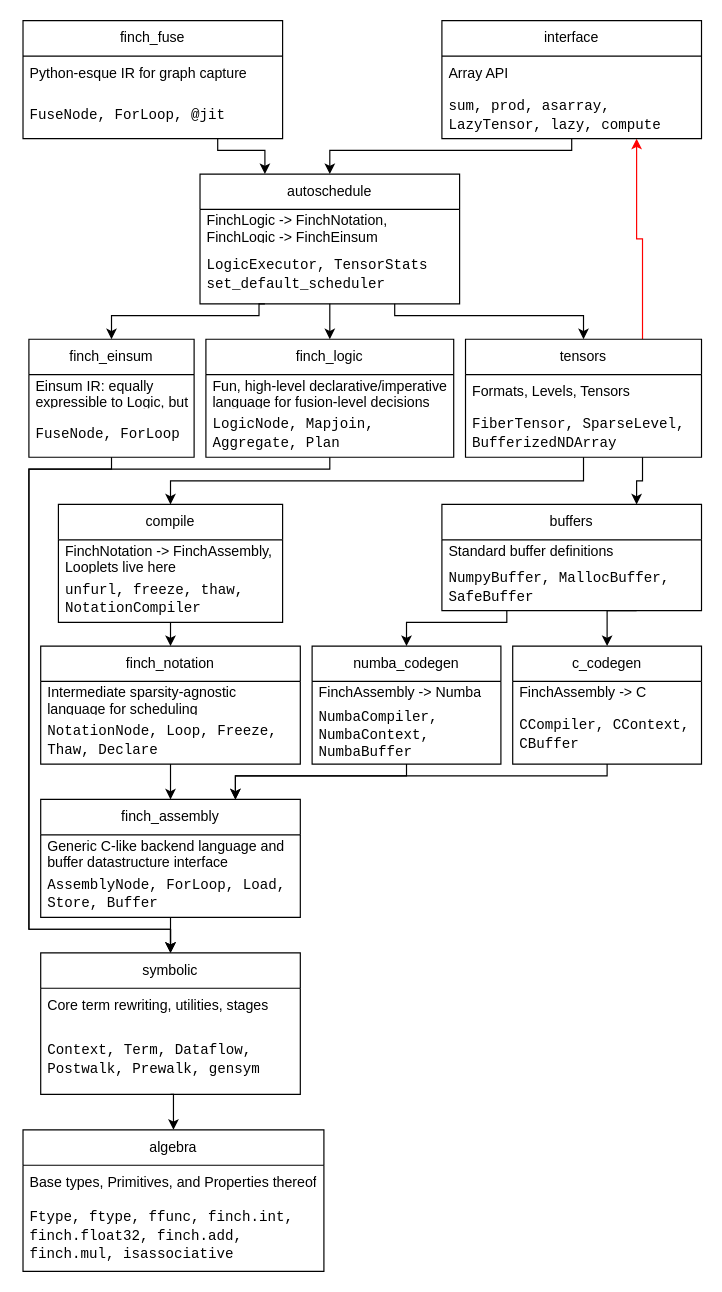
finch-tensor/finch-tensor keeps this draw.io diagram as page "Page-1" (1 of 2) of finch-dependencies.drawio. Above is the earlier version. Source tidied: cells renumbered, new cells numbered last; positions are measured from the earlier drawing's top-left corner, leaving out a move shared by most shapes. Both pictures are drawn from the tidied source at 118%, with x=0, y=0 at pixel (22, 20).
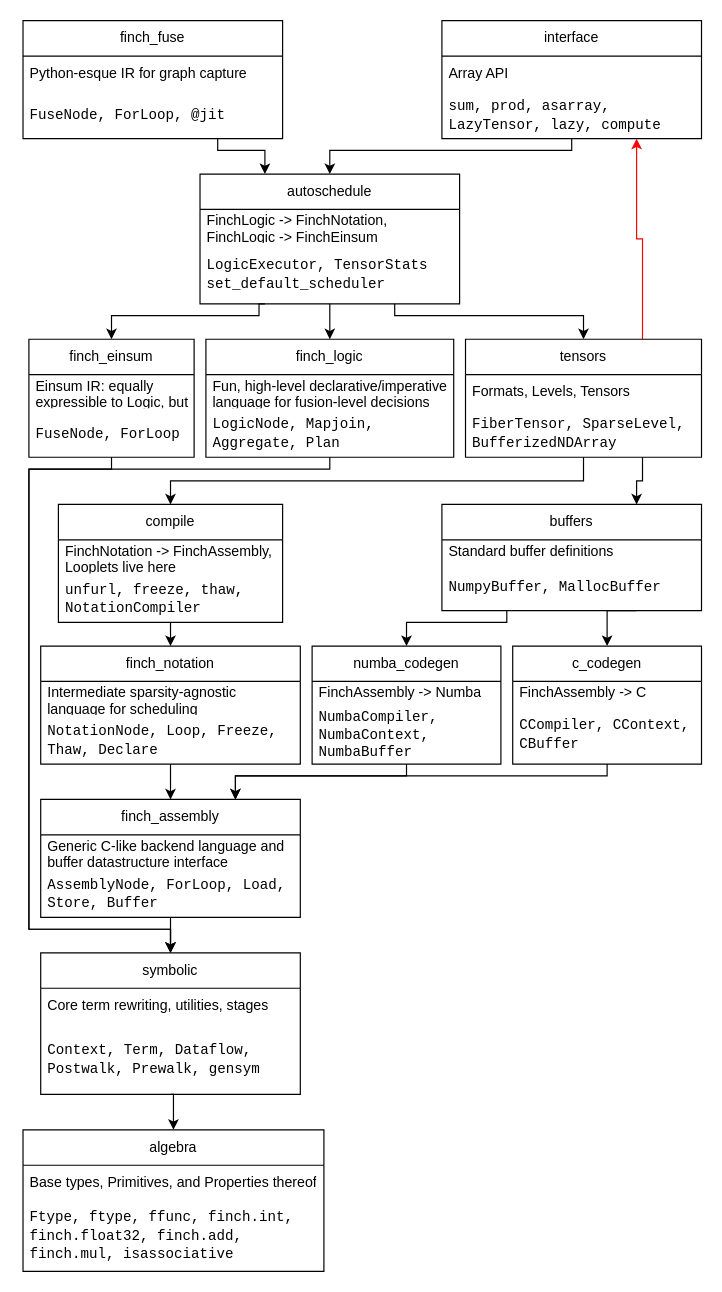
After the change.

The change refers to these unchanged cells:
```xml
<mxCell id="23" value="buffers" style="swimlane;fontStyle=0;horizontal=1;startSize=30;whiteSpace=wrap;html=1;" parent="1" vertex="1">
  <mxGeometry x="355" y="410" width="220" height="90" as="geometry" />
</mxCell>
```

What changed in the source:
```diff
@@
-    <mxCell id="25" value="&lt;font face=&quot;Courier New&quot;&gt;NumpyBuffer, MallocBuffer, SafeBuffer&lt;/font&gt;" style="text;strokeColor=none;fillColor=none;align=left;verticalAlign=middle;spacingLeft=4;spacingRight=4;overflow=hidden;whiteSpace=wrap;html=1;" parent="23" vertex="1">
+    <mxCell id="25" value="&lt;font face=&quot;Courier New&quot;&gt;NumpyBuffer, MallocBuffer&lt;/font&gt;" style="text;strokeColor=none;fillColor=none;align=left;verticalAlign=middle;spacingLeft=4;spacingRight=4;overflow=hidden;whiteSpace=wrap;html=1;" parent="23" vertex="1">
       <mxGeometry y="50" width="220" height="40" as="geometry" />
     </mxCell>
```
